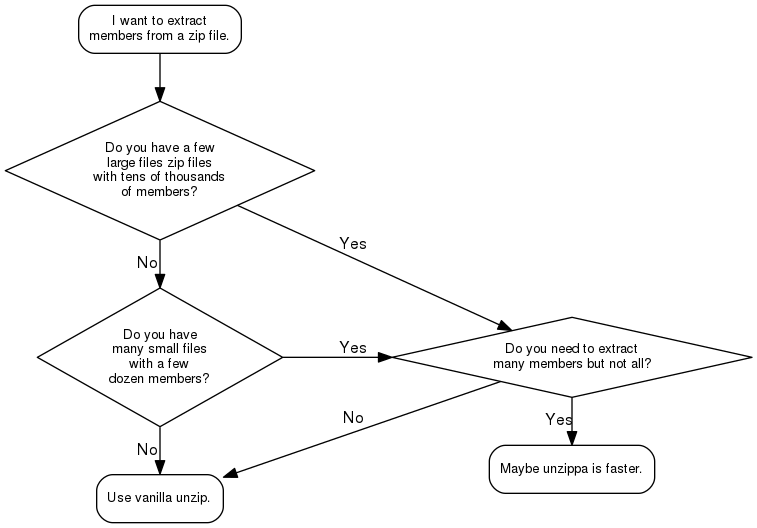
Earlier version of the Graphviz export flow.png (miku/unzippa). Its source is kept beside it as flow.dot.
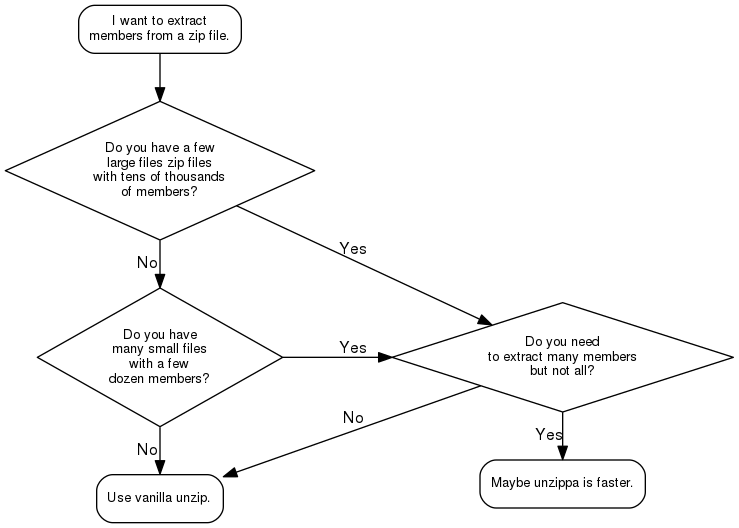
The same file after the commit.

Change to the diagram source:
```diff
@@ -8,7 +8,7 @@
 
     fewlarge[shape="diamond", style="", label="Do you have a few\nlarge files zip files\nwith tens of thousands\nof members?"];
     manysmall[shape="diamond", style="", label="Do you have\nmany small files\nwith a few\ndozen members?"];
-    extractsome[shape="diamond", style="", label="Do you need to extract\nmany members but not all?"];
+    extractsome[shape="diamond", style="", label="Do you need\nto extract many members\nbut not all?"];
 
 
     end[shape="box", style="rounded", label="Use vanilla unzip."];
```
